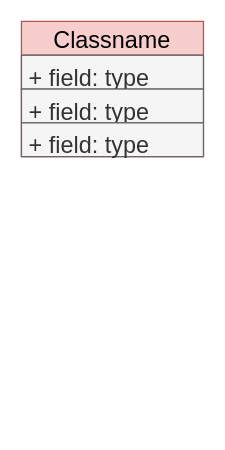
Queeen520/DATABASE_PLANNING keeps this draw.io diagram as page "Page-3" (3 of 3) of Home_Library.drawio. Above is the earlier version. Source tidied: cells renumbered, new cells numbered last; positions are measured from the earlier drawing's top-left corner, leaving out a move shared by most shapes. Both pictures are drawn from the tidied source at 130%, with x=0, y=0 at pixel (21, 21).
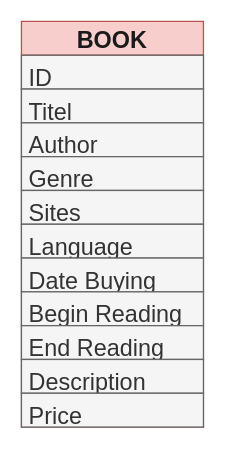
The same page after the edit.

What changed in the source:
```diff
@@
 <mxGraphModel>
   <root>
     <mxCell id="0" />
     <mxCell id="1" parent="0" />
-    <mxCell id="2" value="Classname" style="swimlane;fontStyle=0;horizontal=1;startSize=26;fillColor=#f8cecc;fontSize=18;strokeColor=#b85450;" parent="1" vertex="1">
-      <mxGeometry width="140" height="104" as="geometry" />
+    <mxCell id="2" value="BOOK" style="swimlane;fontStyle=1;horizontal=1;startSize=26;fillColor=#f8cecc;fontSize=18;strokeColor=#b85450;fontColor=#1A1A1A;" parent="1" vertex="1">
+      <mxGeometry width="140" height="312" as="geometry" />
     </mxCell>
-    <mxCell id="3" value="+ field: type" style="text;strokeColor=#666666;fillColor=#f5f5f5;align=left;verticalAlign=top;spacingLeft=4;spacingRight=4;overflow=hidden;fontSize=18;fontColor=#333333;" parent="2" vertex="1">
+    <mxCell id="3" value="ID " style="text;strokeColor=#666666;fillColor=#f5f5f5;align=left;verticalAlign=top;spacingLeft=4;spacingRight=4;overflow=hidden;fontSize=18;fontColor=#333333;" parent="2" vertex="1">
       <mxGeometry y="26" width="140" height="26" as="geometry" />
     </mxCell>
-    <mxCell id="4" value="+ field: type" style="text;strokeColor=#666666;fillColor=#f5f5f5;align=left;verticalAlign=top;spacingLeft=4;spacingRight=4;overflow=hidden;fontSize=18;fontColor=#333333;" parent="2" vertex="1">
+    <mxCell id="4" value="Titel" style="text;strokeColor=#666666;fillColor=#f5f5f5;align=left;verticalAlign=top;spacingLeft=4;spacingRight=4;overflow=hidden;fontSize=18;fontColor=#333333;" parent="2" vertex="1">
       <mxGeometry y="52" width="140" height="26" as="geometry" />
     </mxCell>
-    <mxCell id="5" value="+ field: type" style="text;strokeColor=#666666;fillColor=#f5f5f5;align=left;verticalAlign=top;spacingLeft=4;spacingRight=4;overflow=hidden;fontSize=18;fontColor=#333333;" parent="2" vertex="1">
+    <mxCell id="5" value="Author" style="text;strokeColor=#666666;fillColor=#f5f5f5;align=left;verticalAlign=top;spacingLeft=4;spacingRight=4;overflow=hidden;fontSize=18;fontColor=#333333;" parent="2" vertex="1">
       <mxGeometry y="78" width="140" height="26" as="geometry" />
     </mxCell>
+    <mxCell id="6" value="Genre" style="text;strokeColor=#666666;fillColor=#f5f5f5;align=left;verticalAlign=top;spacingLeft=4;spacingRight=4;overflow=hidden;fontSize=18;fontColor=#333333;" parent="2" vertex="1">
+      <mxGeometry y="104" width="140" height="26" as="geometry" />
+    </mxCell>
+    <mxCell id="7" value="Sites" style="text;strokeColor=#666666;fillColor=#f5f5f5;align=left;verticalAlign=top;spacingLeft=4;spacingRight=4;overflow=hidden;fontSize=18;fontColor=#333333;" parent="2" vertex="1">
+      <mxGeometry y="130" width="140" height="26" as="geometry" />
+    </mxCell>
+    <mxCell id="8" value="Language" style="text;strokeColor=#666666;fillColor=#f5f5f5;align=left;verticalAlign=top;spacingLeft=4;spacingRight=4;overflow=hidden;fontSize=18;fontColor=#333333;" parent="2" vertex="1">
+      <mxGeometry y="156" width="140" height="26" as="geometry" />
+    </mxCell>
+    <mxCell id="9" value="Date Buying" style="text;strokeColor=#666666;fillColor=#f5f5f5;align=left;verticalAlign=top;spacingLeft=4;spacingRight=4;overflow=hidden;fontSize=18;fontColor=#333333;" parent="2" vertex="1">
+      <mxGeometry y="182" width="140" height="26" as="geometry" />
+    </mxCell>
+    <mxCell id="10" value="Begin Reading" style="text;strokeColor=#666666;fillColor=#f5f5f5;align=left;verticalAlign=top;spacingLeft=4;spacingRight=4;overflow=hidden;fontSize=18;fontColor=#333333;" parent="2" vertex="1">
+      <mxGeometry y="208" width="140" height="26" as="geometry" />
+    </mxCell>
+    <mxCell id="11" value="End Reading" style="text;strokeColor=#666666;fillColor=#f5f5f5;align=left;verticalAlign=top;spacingLeft=4;spacingRight=4;overflow=hidden;fontSize=18;fontColor=#333333;" parent="2" vertex="1">
+      <mxGeometry y="234" width="140" height="26" as="geometry" />
+    </mxCell>
+    <mxCell id="12" value="Description" style="text;strokeColor=#666666;fillColor=#f5f5f5;align=left;verticalAlign=top;spacingLeft=4;spacingRight=4;overflow=hidden;fontSize=18;fontColor=#333333;" parent="2" vertex="1">
+      <mxGeometry y="260" width="140" height="26" as="geometry" />
+    </mxCell>
+    <mxCell id="13" value="Price" style="text;strokeColor=#666666;fillColor=#f5f5f5;align=left;verticalAlign=top;spacingLeft=4;spacingRight=4;overflow=hidden;fontSize=18;fontColor=#333333;" parent="2" vertex="1">
+      <mxGeometry y="286" width="140" height="26" as="geometry" />
+    </mxCell>
   </root>
 </mxGraphModel>
```
